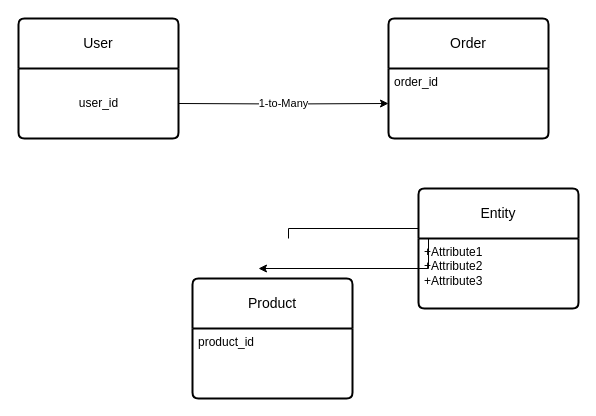
Earlier version of the draw.io diagram ERD_Projet.drawio (Seaalma/Intro_to_DB). Source tidied: cells renumbered, new cells numbered last; positions are measured from the earlier drawing's top-left corner, leaving out a move shared by most shapes. Both pictures are drawn from the tidied source at 100%, with x=0, y=0 at pixel (18, 18).
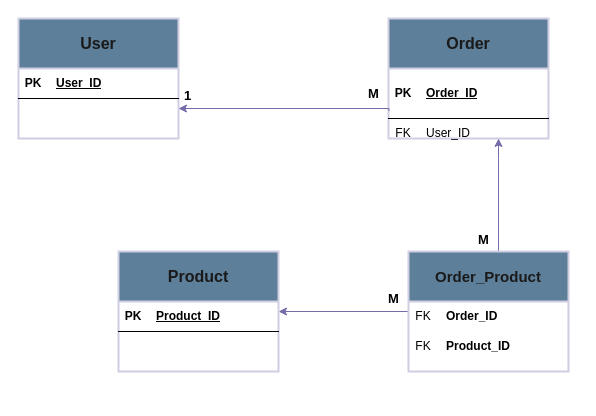
Above is the later version.

Commit message (it also covers changes not shown here):
Mettre à jour ERD_Projet.drawio

Change to the diagram source:
```diff
@@
-    <mxCell id="2" value="User" style="swimlane;horizontal=1;startSize=50;rounded=1;fontSize=14;fontStyle=0;strokeWidth=2;shadow=0;dashed=0;align=center;arcSize=4;whiteSpace=wrap;html=1;" parent="1" vertex="1">
+    <mxCell id="2" value="User" style="swimlane;horizontal=1;startSize=50;rounded=0;fontSize=16;fontStyle=1;strokeWidth=2;shadow=0;dashed=0;align=center;arcSize=4;whiteSpace=wrap;html=1;labelBackgroundColor=none;fillColor=#5D7F99;strokeColor=#D0CEE2;fontColor=#1A1A1A;" parent="1" vertex="1">
       <mxGeometry width="160" height="120" as="geometry" />
     </mxCell>
+    <mxCell id="12" style="shape=table;startSize=0;childLayout=tableLayout;rowLines=0;fontStyle=0;align=center;strokeColor=none;fillColor=none;" parent="2" vertex="1">
+      <mxGeometry y="50" width="160" height="30" as="geometry" />
+    </mxCell>
+    <mxCell id="13" style="shape=tableRow;horizontal=0;startSize=0;swimlaneHead=0;swimlaneBody=0;fillColor=none;top=0;left=0;right=0;bottom=1;" parent="12" vertex="1">
+      <mxGeometry width="160" height="30" as="geometry" />
+    </mxCell>
+    <mxCell id="14" value="PK" style="shape=partialRectangle;fillColor=none;top=0;left=0;bottom=0;right=0;fontStyle=1;overflow=hidden;whiteSpace=wrap;html=1;" parent="13" vertex="1">
+      <mxGeometry width="30" height="30" as="geometry" />
+    </mxCell>
+    <mxCell id="15" value="User_ID" style="shape=partialRectangle;fillColor=none;top=0;left=0;bottom=0;right=0;align=left;spacingLeft=6;fontStyle=5;overflow=hidden;whiteSpace=wrap;html=1;" parent="13" vertex="1">
+      <mxGeometry x="30" width="130" height="30" as="geometry" />
+    </mxCell>
-    <mxCell id="3" value="user_id" style="text;html=1;align=center;verticalAlign=middle;strokeColor=none;fillColor=none;" parent="2" vertex="1">
-      <mxGeometry y="50" width="160" height="70" as="geometry" />
+    <mxCell id="3" value="&lt;div&gt;&lt;br&gt;&lt;/div&gt;" style="text;html=1;align=center;verticalAlign=middle;strokeColor=none;fillColor=none;labelBackgroundColor=none;fontColor=#1A1A1A;rounded=0;" parent="2" vertex="1">
+      <mxGeometry y="80" width="160" height="40" as="geometry" />
     </mxCell>
-    <mxCell id="4" value="Order" style="swimlane;horizontal=1;startSize=50;rounded=1;fontSize=14;fontStyle=0;strokeWidth=2;shadow=0;dashed=0;align=center;arcSize=4;whiteSpace=wrap;html=1;" parent="1" vertex="1">
+    <mxCell id="4" value="Order" style="swimlane;horizontal=1;startSize=50;rounded=0;fontSize=16;fontStyle=1;strokeWidth=2;shadow=0;dashed=0;align=center;arcSize=4;whiteSpace=wrap;html=1;labelBackgroundColor=none;fillColor=#5D7F99;strokeColor=#D0CEE2;fontColor=#1A1A1A;" parent="1" vertex="1">
       <mxGeometry x="370" width="160" height="120" as="geometry" />
     </mxCell>
-    <mxCell id="5" value="order_id" style="align=left;strokeColor=none;fillColor=none;spacingLeft=4;spacingRight=4;fontSize=12;verticalAlign=top;html=1;whiteSpace=wrap;" parent="4" vertex="1">
-      <mxGeometry y="50" width="160" height="70" as="geometry" />
-    </mxCell>
+    <mxCell id="16" style="shape=table;startSize=0;childLayout=tableLayout;rowLines=0;fontStyle=0;align=center;strokeColor=none;fillColor=none;" parent="4" vertex="1">
+      <mxGeometry y="50" width="160" height="80" as="geometry" />
+    </mxCell>
+    <mxCell id="17" style="shape=tableRow;horizontal=0;startSize=0;swimlaneHead=0;swimlaneBody=0;fillColor=none;top=0;left=0;right=0;bottom=1;" parent="16" vertex="1">
+      <mxGeometry width="160" height="50" as="geometry" />
+    </mxCell>
+    <mxCell id="18" value="PK" style="shape=partialRectangle;fillColor=none;top=0;left=0;bottom=0;right=0;fontStyle=1;overflow=hidden;whiteSpace=wrap;html=1;" parent="17" vertex="1">
+      <mxGeometry width="30" height="50" as="geometry" />
+    </mxCell>
+    <mxCell id="19" value="Order_ID" style="shape=partialRectangle;fillColor=none;top=0;left=0;bottom=0;right=0;align=left;spacingLeft=6;fontStyle=5;overflow=hidden;whiteSpace=wrap;html=1;" parent="17" vertex="1">
+      <mxGeometry x="30" width="130" height="50" as="geometry" />
+    </mxCell>
+    <mxCell id="20" style="shape=tableRow;horizontal=0;startSize=0;swimlaneHead=0;swimlaneBody=0;fillColor=none;top=0;left=0;right=0;bottom=0;" parent="16" vertex="1">
+      <mxGeometry y="50" width="160" height="30" as="geometry" />
+    </mxCell>
+    <mxCell id="21" value="FK" style="shape=partialRectangle;fillColor=none;top=0;left=0;bottom=0;right=0;fontStyle=0;overflow=hidden;whiteSpace=wrap;html=1;" parent="20" vertex="1">
+      <mxGeometry width="30" height="30" as="geometry" />
+    </mxCell>
+    <mxCell id="22" value="User_ID" style="shape=partialRectangle;fillColor=none;top=0;left=0;bottom=0;right=0;align=left;spacingLeft=6;fontStyle=0;overflow=hidden;whiteSpace=wrap;html=1;" parent="20" vertex="1">
+      <mxGeometry x="30" width="130" height="30" as="geometry" />
+    </mxCell>
+    <mxCell id="23" style="edgeStyle=orthogonalEdgeStyle;rounded=0;jettySize=auto;html=1;labelBackgroundColor=none;strokeColor=#736CA8;fontColor=default;" parent="1" edge="1" source="10">
+      <mxGeometry relative="1" as="geometry">
+        <mxPoint x="480" y="120" as="targetPoint" />
+        <Array as="points">
+          <mxPoint x="480" y="140" />
+          <mxPoint x="480" y="140" />
+        </Array>
+      </mxGeometry>
+    </mxCell>
+    <mxCell id="24" style="edgeStyle=orthogonalEdgeStyle;rounded=0;orthogonalLoop=1;jettySize=auto;html=1;labelBackgroundColor=none;strokeColor=#736CA8;fontColor=default;" parent="1" edge="1">
+      <mxGeometry relative="1" as="geometry">
+        <mxPoint x="390" y="293" as="sourcePoint" />
+        <mxPoint x="260" y="293" as="targetPoint" />
+        <Array as="points">
+          <mxPoint x="260" y="293" />
+        </Array>
+      </mxGeometry>
+    </mxCell>
+    <mxCell id="10" value="Order_Product" style="swimlane;horizontal=1;startSize=50;rounded=0;fontSize=15;fontStyle=1;strokeWidth=2;shadow=0;dashed=0;align=center;arcSize=4;whiteSpace=wrap;html=1;labelBackgroundColor=none;fillColor=#5D7F99;strokeColor=#D0CEE2;fontColor=#1A1A1A;" parent="1" vertex="1">
+      <mxGeometry x="390" y="233" width="160" height="120" as="geometry" />
+    </mxCell>
+    <mxCell id="25" style="shape=table;startSize=0;childLayout=tableLayout;rowLines=0;fontStyle=1;align=center;strokeColor=none;fillColor=none;" parent="10" vertex="1">
+      <mxGeometry y="50" width="160" height="30" as="geometry" />
+    </mxCell>
+    <mxCell id="26" style="shape=tableRow;horizontal=0;startSize=0;swimlaneHead=0;swimlaneBody=0;fillColor=none;top=0;left=0;right=0;bottom=0;" parent="25" vertex="1">
+      <mxGeometry width="160" height="30" as="geometry" />
+    </mxCell>
+    <mxCell id="27" value="FK" style="shape=partialRectangle;fillColor=none;top=0;left=0;bottom=0;right=0;fontStyle=0;overflow=hidden;whiteSpace=wrap;html=1;" parent="26" vertex="1">
+      <mxGeometry width="30" height="30" as="geometry" />
+    </mxCell>
+    <mxCell id="28" value="Order_ID" style="shape=partialRectangle;fillColor=none;top=0;left=0;bottom=0;right=0;align=left;spacingLeft=6;fontStyle=1;overflow=hidden;whiteSpace=wrap;html=1;" parent="26" vertex="1">
+      <mxGeometry x="30" width="130" height="30" as="geometry" />
+    </mxCell>
+    <mxCell id="29" style="shape=table;startSize=0;childLayout=tableLayout;rowLines=0;fontStyle=0;align=center;strokeColor=none;fillColor=none;" parent="10" vertex="1">
+      <mxGeometry y="80" width="160" height="30" as="geometry" />
+    </mxCell>
+    <mxCell id="30" style="shape=tableRow;horizontal=0;startSize=0;swimlaneHead=0;swimlaneBody=0;fillColor=none;top=0;left=0;right=0;bottom=0;" parent="29" vertex="1">
+      <mxGeometry width="160" height="30" as="geometry" />
+    </mxCell>
+    <mxCell id="31" value="FK" style="shape=partialRectangle;fillColor=none;top=0;left=0;bottom=0;right=0;fontStyle=0;overflow=hidden;whiteSpace=wrap;html=1;" parent="30" vertex="1">
+      <mxGeometry width="30" height="30" as="geometry" />
+    </mxCell>
+    <mxCell id="32" value="&lt;b&gt;Product_ID&lt;/b&gt;" style="shape=partialRectangle;fillColor=none;top=0;left=0;bottom=0;right=0;align=left;spacingLeft=6;fontStyle=0;overflow=hidden;whiteSpace=wrap;html=1;" parent="30" vertex="1">
+      <mxGeometry x="30" width="130" height="30" as="geometry" />
+    </mxCell>
+    <mxCell id="33" value="&lt;div&gt;&lt;br&gt;&lt;/div&gt;" style="align=left;strokeColor=none;fillColor=none;spacingLeft=4;spacingRight=4;fontSize=12;verticalAlign=top;html=1;whiteSpace=wrap;labelBackgroundColor=none;fontColor=#1A1A1A;rounded=0;" parent="10" vertex="1">
+      <mxGeometry y="110" width="160" height="10" as="geometry" />
+    </mxCell>
-    <mxCell id="6" value="Product" style="swimlane;horizontal=1;startSize=50;rounded=1;fontSize=14;fontStyle=0;strokeWidth=2;shadow=0;dashed=0;align=center;arcSize=4;whiteSpace=wrap;html=1;" parent="1" vertex="1">
-      <mxGeometry x="174" y="260" width="160" height="120" as="geometry" />
+    <mxCell id="6" value="Product" style="swimlane;horizontal=1;startSize=50;rounded=0;fontSize=16;fontStyle=1;strokeWidth=2;shadow=0;dashed=0;align=center;arcSize=4;whiteSpace=wrap;html=1;labelBackgroundColor=none;fillColor=#5D7F99;strokeColor=#D0CEE2;fontColor=#1A1A1A;" parent="1" vertex="1">
+      <mxGeometry x="100" y="233" width="160" height="120" as="geometry" />
     </mxCell>
-    <mxCell id="7" value="product_id" style="align=left;strokeColor=none;fillColor=none;spacingLeft=4;spacingRight=4;fontSize=12;verticalAlign=top;html=1;whiteSpace=wrap;" parent="6" vertex="1">
-      <mxGeometry y="50" width="160" height="70" as="geometry" />
-    </mxCell>
-    <mxCell id="8" value="1-to-Many" style="edgeStyle=orthogonalEdgeStyle;rounded=0;jettySize=auto;html=1;entryX=0;entryY=0.5;entryDx=0;entryDy=0;" parent="1" edge="1" target="5">
-      <mxGeometry relative="1" as="geometry">
-        <mxPoint x="160" y="85" as="sourcePoint" />
-      </mxGeometry>
-    </mxCell>
-    <mxCell id="9" style="edgeStyle=orthogonalEdgeStyle;rounded=0;orthogonalLoop=1;jettySize=auto;html=1;" parent="1" edge="1">
-      <mxGeometry relative="1" as="geometry">
-        <mxPoint x="270" y="220" as="sourcePoint" />
-        <mxPoint x="240" y="250" as="targetPoint" />
-        <Array as="points">
-          <mxPoint x="410" y="210" />
-        </Array>
-      </mxGeometry>
-    </mxCell>
-    <mxCell id="10" value="Entity" style="swimlane;horizontal=1;startSize=50;rounded=1;fontSize=14;fontStyle=0;strokeWidth=2;shadow=0;dashed=0;align=center;arcSize=4;whiteSpace=wrap;html=1;" parent="1" vertex="1">
-      <mxGeometry x="400" y="170" width="160" height="120" as="geometry" />
-    </mxCell>
-    <mxCell id="11" value="+Attribute1&#10;+Attribute2&#10;+Attribute3" style="align=left;strokeColor=none;fillColor=none;spacingLeft=4;spacingRight=4;fontSize=12;verticalAlign=top;html=1;whiteSpace=wrap;" parent="10" vertex="1">
-      <mxGeometry y="50" width="160" height="70" as="geometry" />
-    </mxCell>
+    <mxCell id="34" style="shape=table;startSize=0;childLayout=tableLayout;rowLines=0;fontStyle=0;align=center;strokeColor=none;fillColor=none;" parent="6" vertex="1">
+      <mxGeometry y="50" width="160" height="30" as="geometry" />
+    </mxCell>
+    <mxCell id="35" style="shape=tableRow;horizontal=0;startSize=0;swimlaneHead=0;swimlaneBody=0;fillColor=none;top=0;left=0;right=0;bottom=1;" parent="34" vertex="1">
+      <mxGeometry width="160" height="30" as="geometry" />
+    </mxCell>
+    <mxCell id="36" value="PK" style="shape=partialRectangle;fillColor=none;top=0;left=0;bottom=0;right=0;fontStyle=1;overflow=hidden;whiteSpace=wrap;html=1;" parent="35" vertex="1">
+      <mxGeometry width="30" height="30" as="geometry" />
+    </mxCell>
+    <mxCell id="37" value="Product_ID" style="shape=partialRectangle;fillColor=none;top=0;left=0;bottom=0;right=0;align=left;spacingLeft=6;fontStyle=5;overflow=hidden;whiteSpace=wrap;html=1;" parent="35" vertex="1">
+      <mxGeometry x="30" width="130" height="30" as="geometry" />
+    </mxCell>
+    <mxCell id="38" value="&lt;div&gt;&lt;br&gt;&lt;/div&gt;" style="align=left;strokeColor=none;fillColor=none;spacingLeft=4;spacingRight=4;fontSize=12;verticalAlign=top;html=1;whiteSpace=wrap;labelBackgroundColor=none;fontColor=#1A1A1A;rounded=0;" parent="6" vertex="1">
+      <mxGeometry y="80" width="160" height="40" as="geometry" />
+    </mxCell>
+    <mxCell id="39" value="&lt;b&gt;&lt;font style=&quot;font-size: 13px;&quot;&gt;M&lt;/font&gt;&lt;/b&gt;" style="text;html=1;align=center;verticalAlign=middle;strokeColor=none;fillColor=none;" parent="1" vertex="1">
+      <mxGeometry x="450" y="206" width="30" height="30" as="geometry" />
+    </mxCell>
+    <mxCell id="40" value="&lt;b&gt;&lt;font style=&quot;font-size: 13px;&quot;&gt;M&lt;/font&gt;&lt;/b&gt;" style="text;html=1;align=center;verticalAlign=middle;strokeColor=none;fillColor=none;" parent="1" vertex="1">
+      <mxGeometry x="360" y="265" width="30" height="30" as="geometry" />
+    </mxCell>
+    <mxCell id="41" value="&lt;span style=&quot;font-size: 13px;&quot;&gt;&lt;b&gt;1&lt;/b&gt;&lt;/span&gt;" style="text;html=1;align=center;verticalAlign=middle;strokeColor=none;fillColor=none;" parent="1" vertex="1">
+      <mxGeometry x="154" y="62" width="30" height="30" as="geometry" />
+    </mxCell>
+    <mxCell id="42" value="&lt;b&gt;&lt;font style=&quot;font-size: 13px;&quot;&gt;M&lt;/font&gt;&lt;/b&gt;" style="text;html=1;align=center;verticalAlign=middle;points=[];strokeColor=none;fillColor=none;" parent="1" vertex="1">
+      <mxGeometry x="340" y="60" width="30" height="30" as="geometry" />
+    </mxCell>
+    <mxCell id="43" style="edgeStyle=orthogonalEdgeStyle;rounded=0;jettySize=auto;html=1;labelBackgroundColor=none;strokeColor=#736CA8;fontColor=default;exitX=1.014;exitY=1.084;exitDx=0;exitDy=0;exitPerimeter=0;" parent="1" edge="1" source="42">
+      <mxGeometry relative="1" as="geometry">
+        <mxPoint x="160" y="90" as="targetPoint" />
+        <Array as="points">
+          <mxPoint x="370" y="90" />
+        </Array>
+      </mxGeometry>
+    </mxCell>
```
